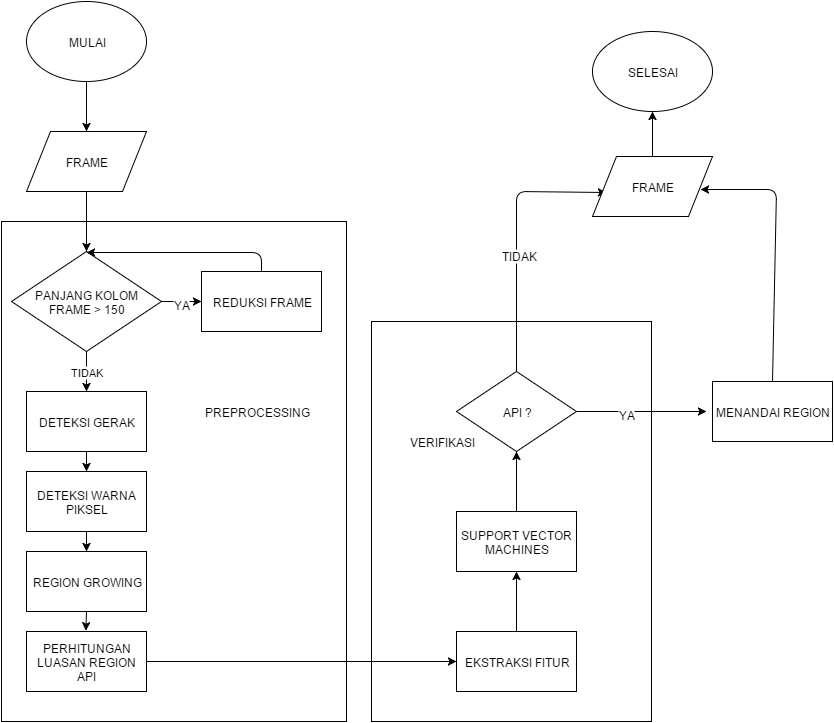
This is source/TA - flowchart - desain umum sistem .png from hamdimuzakkiy/bukuTA, a draw.io export, as it was before one commit. Source tidied: cells renumbered, new cells last; positions are measured from the earlier drawing's top-left corner, leaving out a move shared by most shapes.
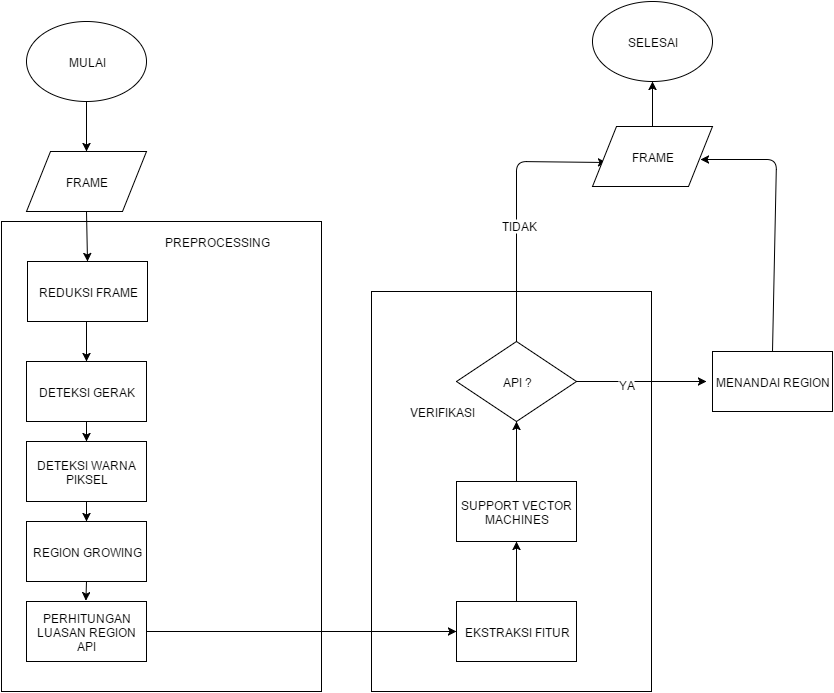
Above is the later version.

The edit, as a diff of the source:
```diff
@@ -6,10 +6,10 @@
       <mxGeometry x="370" y="320" width="280" height="400" as="geometry" />
     </mxCell>
     <mxCell id="3" style="whiteSpace=wrap;html=1;" parent="1" vertex="1">
-      <mxGeometry y="220" width="345" height="500" as="geometry" />
+      <mxGeometry y="250" width="320" height="470" as="geometry" />
     </mxCell>
     <mxCell id="4" value="FRAME" style="shape=parallelogram;whiteSpace=wrap;html=1;" parent="1" vertex="1">
-      <mxGeometry x="25" y="130" width="120" height="60" as="geometry" />
+      <mxGeometry x="25" y="180" width="120" height="60" as="geometry" />
     </mxCell>
     <mxCell id="5" value="DETEKSI GERAK" style="whiteSpace=wrap;html=1;" parent="1" vertex="1">
       <mxGeometry x="25" y="390" width="120" height="60" as="geometry" />
@@ -27,11 +27,8 @@
       <mxGeometry x="455" y="630" width="120" height="60" as="geometry" />
     </mxCell>
     <mxCell id="10" value="PREPROCESSING" style="text;html=1;strokeColor=none;fillColor=none;align=center;verticalAlign=middle;whiteSpace=wrap;overflow=hidden;" parent="1" vertex="1">
-      <mxGeometry x="200" y="400" width="110" height="20" as="geometry" />
+      <mxGeometry x="160" y="260" width="110" height="20" as="geometry" />
     </mxCell>
-    <mxCell id="11" style="edgeStyle=orthogonalEdgeStyle;rounded=0;html=1;exitX=0.5;exitY=1;entryX=0.5;entryY=1;" parent="1" edge="1" source="10" target="10">
-      <mxGeometry relative="1" as="geometry" />
-    </mxCell>
     <mxCell id="12" value="VERIFIKASI" style="text;html=1;strokeColor=none;fillColor=none;align=center;verticalAlign=middle;whiteSpace=wrap;overflow=hidden;" parent="1" vertex="1">
       <mxGeometry x="385" y="430" width="110" height="20" as="geometry" />
     </mxCell>
@@ -58,7 +55,7 @@
       </mxGeometry>
     </mxCell>
     <mxCell id="19" value="MULAI" style="ellipse;whiteSpace=wrap;html=1;" parent="1" vertex="1">
-      <mxGeometry x="25" width="120" height="80" as="geometry" />
+      <mxGeometry x="25" y="50" width="120" height="80" as="geometry" />
     </mxCell>
     <mxCell id="20" style="edgeStyle=orthogonalEdgeStyle;rounded=0;html=1;" parent="1" edge="1" source="19" target="4">
       <mxGeometry relative="1" as="geometry" />
@@ -92,32 +89,14 @@
     <mxCell id="27" style="endArrow=classic;html=1;exitX=0.5;exitY=0;entryX=0.5;entryY=1;" parent="1" edge="1" source="26" target="21">
       <mxGeometry relative="1" as="geometry" />
     </mxCell>
-    <mxCell id="28" value="REDUKSI FRAME" style="whiteSpace=wrap;html=1;" parent="1" vertex="1">
-      <mxGeometry x="200" y="270" width="120" height="60" as="geometry" />
-    </mxCell>
-    <mxCell id="29" value="PANJANG KOLOM FRAME &amp;gt; 150" style="rhombus;whiteSpace=wrap;html=1;" parent="1" vertex="1">
-      <mxGeometry x="10" y="250" width="150" height="100" as="geometry" />
-    </mxCell>
-    <mxCell id="30" style="endArrow=classic;html=1;exitX=0.5;exitY=1;" parent="1" edge="1" source="4" target="29">
+    <mxCell id="30" style="endArrow=classic;html=1;exitX=0.5;exitY=1;entryX=0.5;entryY=0;" parent="1" edge="1" source="4" target="28">
       <mxGeometry relative="1" as="geometry" />
     </mxCell>
-    <mxCell id="31" value="TIDAK" style="endArrow=classic;html=1;entryX=0.5;entryY=0;exitX=0.5;exitY=1;" parent="1" edge="1" source="29" target="5">
-      <mxGeometry relative="1" as="geometry" />
+    <mxCell id="31" style="endArrow=classic;html=1;entryX=0.5;entryY=0;exitX=0.5;exitY=1;" parent="1" edge="1" target="5">
+      <mxGeometry relative="1" as="geometry">
+        <mxPoint x="85" y="350" as="sourcePoint" />
+      </mxGeometry>
     </mxCell>
-    <mxCell id="32" style="endArrow=classic;html=1;entryX=0;entryY=0.5;exitX=1;exitY=0.5;" parent="1" edge="1" source="29" target="28">
-      <mxGeometry relative="1" as="geometry" />
-    </mxCell>
-    <mxCell id="33" value="YA" style="text;html=1;align=center;verticalAlign=middle;labelBackgroundColor=#ffffff;" parent="32" vertex="1">
-      <mxGeometry x="-0.06" y="-2" relative="1" as="geometry" />
-    </mxCell>
-    <mxCell id="34" style="endArrow=classic;html=1;exitX=0.5;exitY=0;" parent="1" edge="1" source="28">
-      <mxGeometry relative="1" as="geometry">
-        <mxPoint x="85" y="251" as="targetPoint" />
-        <Array as="points">
-          <mxPoint x="260" y="251" />
-        </Array>
-      </mxGeometry>
-    </mxCell>
     <mxCell id="35" value="SUPPORT VECTOR MACHINES" style="whiteSpace=wrap;html=1;" parent="1" vertex="1">
       <mxGeometry x="455" y="510" width="120" height="60" as="geometry" />
     </mxCell>
@@ -130,5 +109,8 @@
     <mxCell id="38" style="endArrow=classic;html=1;entryX=0.5;entryY=1;" parent="1" edge="1" source="35" target="13">
       <mxGeometry relative="1" as="geometry" />
     </mxCell>
+    <mxCell id="28" value="REDUKSI FRAME" style="whiteSpace=wrap;html=1;" parent="1" vertex="1">
+      <mxGeometry x="26" y="290" width="120" height="60" as="geometry" />
+    </mxCell>
   </root>
 </mxGraphModel>
```
